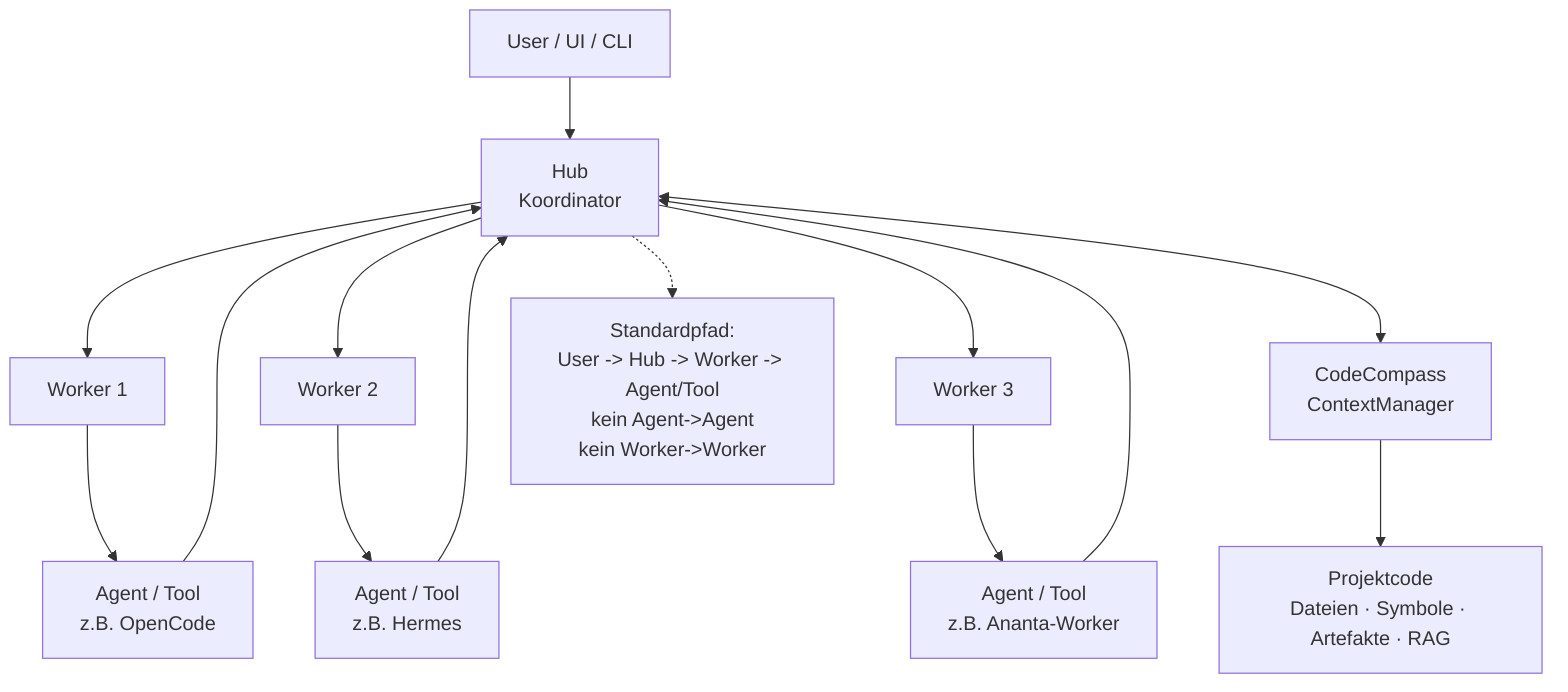
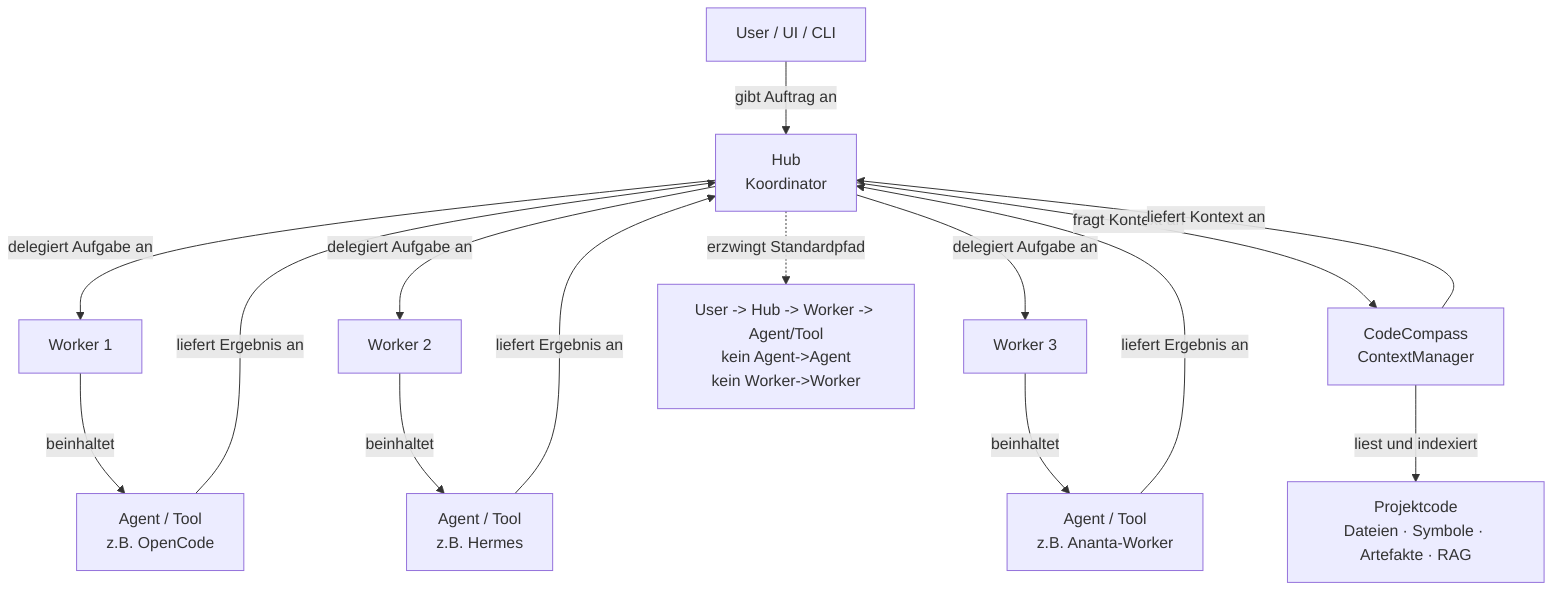
%% Ananta architecture - simple explanation for demos
- %% Der Hub koordiniert. Worker fuehren aus. Agents/Tools laufen in Workern.
- %% CodeCompass liefert den Projektkontext.
+ %% Die Pfeile sind bewusst als Satz lesbar.
+ %% Beispiel: Hub delegiert Aufgaben an Worker.

flowchart TD
-     U["User / UI / CLI"] --> H["Hub\nKoordinator"]
+     U["User / UI / CLI"] -->|"gibt Auftrag an"| H["Hub\nKoordinator"]

-     H --> W1["Worker 1"]
-     H --> W2["Worker 2"]
-     H --> W3["Worker 3"]
+     H -->|"delegiert Aufgabe an"| W1["Worker 1"]
+     H -->|"delegiert Aufgabe an"| W2["Worker 2"]
+     H -->|"delegiert Aufgabe an"| W3["Worker 3"]

-     W1 --> A1["Agent / Tool\nz.B. OpenCode"]
-     W2 --> A2["Agent / Tool\nz.B. Hermes"]
-     W3 --> A3["Agent / Tool\nz.B. Ananta-Worker"]
+     W1 -->|"beinhaltet"| A1["Agent / Tool\nz.B. OpenCode"]
+     W2 -->|"beinhaltet"| A2["Agent / Tool\nz.B. Hermes"]
+     W3 -->|"beinhaltet"| A3["Agent / Tool\nz.B. Ananta-Worker"]

-     H <--> CC["CodeCompass\nContextManager"]
-     CC --> SRC["Projektcode\nDateien · Symbole · Artefakte · RAG"]
+     H -->|"fragt Kontext an"| CC["CodeCompass\nContextManager"]
+     CC -->|"liefert Kontext an"| H
+     CC -->|"liest und indexiert"| SRC["Projektcode\nDateien · Symbole · Artefakte · RAG"]

-     A1 --> H
-     A2 --> H
-     A3 --> H
+     A1 -->|"liefert Ergebnis an"| H
+     A2 -->|"liefert Ergebnis an"| H
+     A3 -->|"liefert Ergebnis an"| H

-     H -.-> RULE["Standardpfad:\nUser -> Hub -> Worker -> Agent/Tool\nkein Agent->Agent\nkein Worker->Worker"]
+     H -.->|"erzwingt Standardpfad"| RULE["User -> Hub -> Worker -> Agent/Tool\nkein Agent->Agent\nkein Worker->Worker"]
